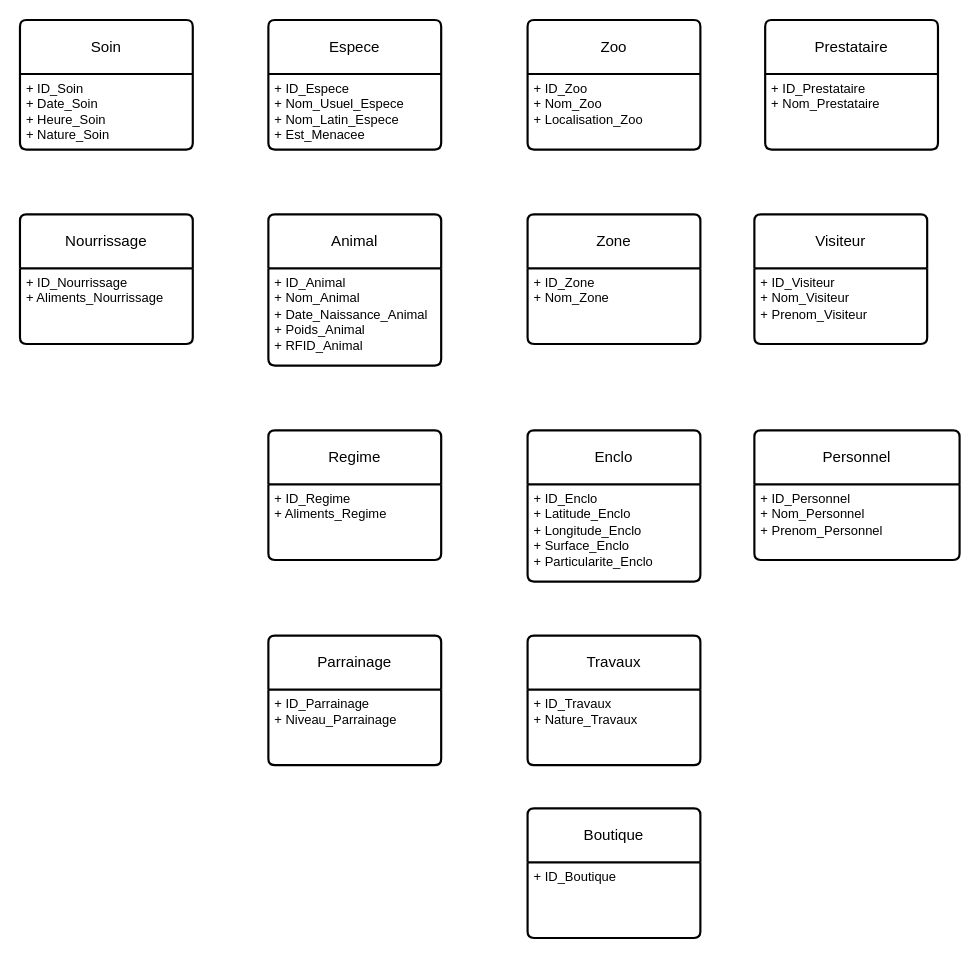
Neptune-dev/SAE_bd_web keeps this draw.io diagram as MCD/MCD.drawio. Above is the earlier version. Source tidied: cells renumbered, new cells numbered last; positions are measured from the earlier drawing's top-left corner, leaving out a move shared by most shapes. Both pictures are drawn from the tidied source at 108%, with x=0, y=0 at pixel (19, 19).
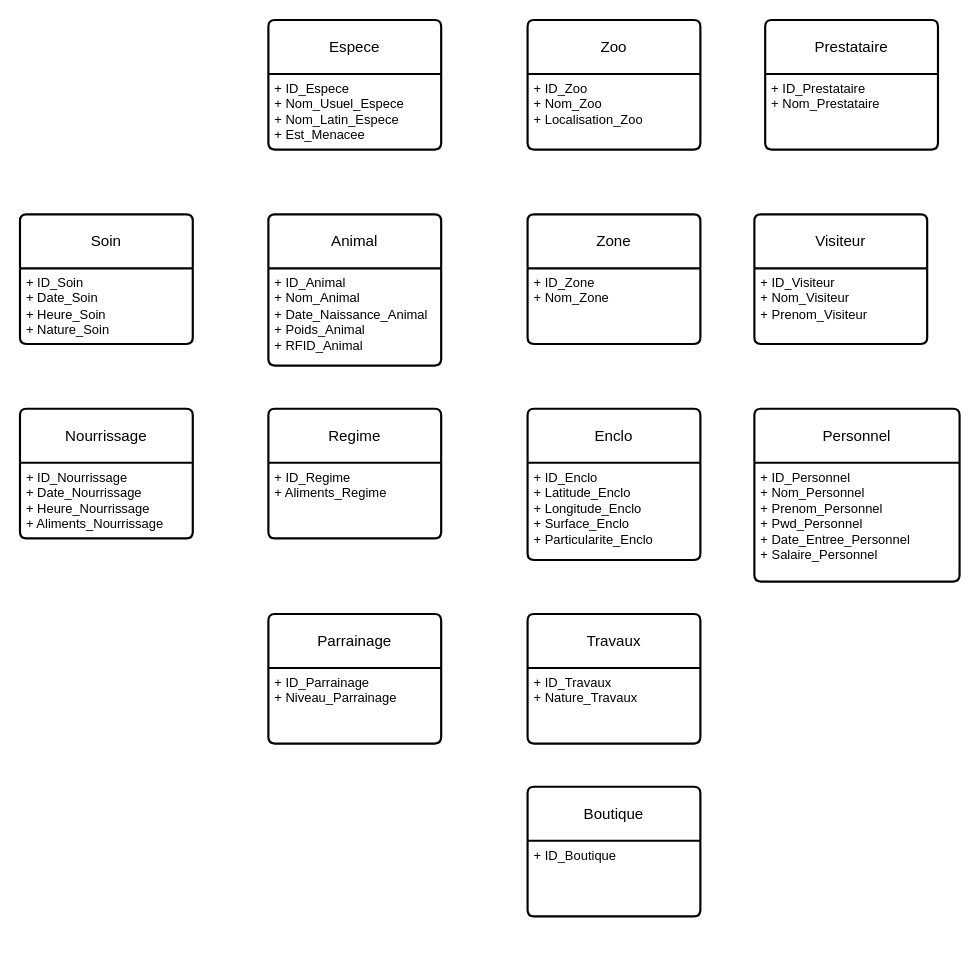
The same page after the edit.

What changed in the source:
```diff
@@
     <mxCell id="6" value="Regime" style="swimlane;horizontal=1;startSize=50;rounded=1;fontSize=14;fontStyle=0;strokeWidth=2;shadow=0;dashed=0;align=center;arcSize=4;whiteSpace=wrap;html=1;" parent="1" vertex="1">
-      <mxGeometry x="230" y="380" width="160" height="120" as="geometry" />
+      <mxGeometry x="230" y="360" width="160" height="120" as="geometry" />
     </mxCell>
@@
     <mxCell id="10" value="Enclo" style="swimlane;horizontal=1;startSize=50;rounded=1;fontSize=14;fontStyle=0;strokeWidth=2;shadow=0;dashed=0;align=center;arcSize=4;whiteSpace=wrap;html=1;" parent="1" vertex="1">
-      <mxGeometry x="470" y="380" width="160" height="140" as="geometry" />
+      <mxGeometry x="470" y="360" width="160" height="140" as="geometry" />
     </mxCell>
@@
     <mxCell id="14" value="Personnel" style="swimlane;horizontal=1;startSize=50;rounded=1;fontSize=14;fontStyle=0;strokeWidth=2;shadow=0;dashed=0;align=center;arcSize=4;whiteSpace=wrap;html=1;" parent="1" vertex="1">
-      <mxGeometry x="680" y="380" width="190" height="120" as="geometry" />
+      <mxGeometry x="680" y="360" width="190" height="160" as="geometry" />
     </mxCell>
-    <mxCell id="15" value="+ ID_Personnel&lt;div&gt;+ Nom_Personnel&lt;/div&gt;&lt;div&gt;+ Prenom_Personnel&lt;/div&gt;" style="align=left;strokeColor=none;fillColor=none;spacingLeft=4;spacingRight=4;fontSize=12;verticalAlign=top;html=1;whiteSpace=wrap;" parent="14" vertex="1">
-      <mxGeometry y="50" width="190" height="70" as="geometry" />
+    <mxCell id="15" value="+ ID_Personnel&lt;div&gt;+ Nom_Personnel&lt;/div&gt;&lt;div&gt;+ Prenom_Personnel&lt;/div&gt;&lt;div&gt;+ Pwd_Personnel&lt;/div&gt;&lt;div&gt;+ Date_Entree_Personnel&lt;/div&gt;&lt;div&gt;+ Salaire_Personnel&lt;/div&gt;" style="align=left;strokeColor=none;fillColor=none;spacingLeft=4;spacingRight=4;fontSize=12;verticalAlign=top;html=1;whiteSpace=wrap;" parent="14" vertex="1">
+      <mxGeometry y="50" width="190" height="110" as="geometry" />
     </mxCell>
@@
     <mxCell id="18" value="Travaux" style="swimlane;horizontal=1;startSize=50;rounded=1;fontSize=14;fontStyle=0;strokeWidth=2;shadow=0;dashed=0;align=center;arcSize=4;whiteSpace=wrap;html=1;" parent="1" vertex="1">
-      <mxGeometry x="470" y="570" width="160" height="120" as="geometry" />
+      <mxGeometry x="470" y="550" width="160" height="120" as="geometry" />
     </mxCell>
@@
     <mxCell id="22" value="Parrainage" style="swimlane;horizontal=1;startSize=50;rounded=1;fontSize=14;fontStyle=0;strokeWidth=2;shadow=0;dashed=0;align=center;arcSize=4;whiteSpace=wrap;html=1;" parent="1" vertex="1">
-      <mxGeometry x="230" y="570" width="160" height="120" as="geometry" />
+      <mxGeometry x="230" y="550" width="160" height="120" as="geometry" />
     </mxCell>
@@
     <mxCell id="24" value="Soin" style="swimlane;horizontal=1;startSize=50;rounded=1;fontSize=14;fontStyle=0;strokeWidth=2;shadow=0;dashed=0;align=center;arcSize=4;whiteSpace=wrap;html=1;" parent="1" vertex="1">
-      <mxGeometry width="160" height="120" as="geometry" />
+      <mxGeometry y="180" width="160" height="120" as="geometry" />
     </mxCell>
@@
     <mxCell id="26" value="Nourrissage" style="swimlane;horizontal=1;startSize=50;rounded=1;fontSize=14;fontStyle=0;strokeWidth=2;shadow=0;dashed=0;align=center;arcSize=4;whiteSpace=wrap;html=1;" parent="1" vertex="1">
-      <mxGeometry y="180" width="160" height="120" as="geometry" />
+      <mxGeometry y="360" width="160" height="120" as="geometry" />
     </mxCell>
-    <mxCell id="27" value="+ ID_Nourrissage&lt;div&gt;+ Aliments_Nourrissage&lt;/div&gt;" style="align=left;strokeColor=none;fillColor=none;spacingLeft=4;spacingRight=4;fontSize=12;verticalAlign=top;html=1;whiteSpace=wrap;" parent="26" vertex="1">
+    <mxCell id="27" value="+ ID_Nourrissage&lt;div&gt;+ Date_Nourrissage&lt;/div&gt;&lt;div&gt;+ Heure_Nourrissage&lt;br&gt;&lt;div&gt;+ Aliments_Nourrissage&lt;/div&gt;&lt;/div&gt;" style="align=left;strokeColor=none;fillColor=none;spacingLeft=4;spacingRight=4;fontSize=12;verticalAlign=top;html=1;whiteSpace=wrap;" parent="26" vertex="1">
       <mxGeometry y="50" width="160" height="70" as="geometry" />
     </mxCell>
     <mxCell id="28" value="Boutique" style="swimlane;horizontal=1;startSize=50;rounded=1;fontSize=14;fontStyle=0;strokeWidth=2;shadow=0;dashed=0;align=center;arcSize=4;whiteSpace=wrap;html=1;" parent="1" vertex="1">
-      <mxGeometry x="470" y="730" width="160" height="120" as="geometry" />
+      <mxGeometry x="470" y="710" width="160" height="120" as="geometry" />
     </mxCell>
```
